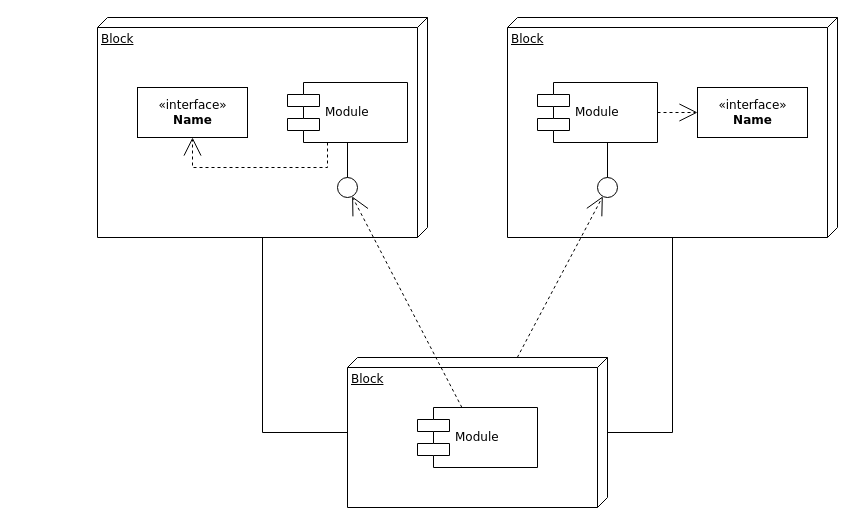
Earlier version of the draw.io diagram Diagramas/DiagramaComponentesMich.drawio (JorgeADnro/Torres). Source tidied: cells renumbered, new cells numbered last; positions are measured from the earlier drawing's top-left corner, leaving out a move shared by most shapes. Both pictures are drawn from the tidied source at 100%, with x=0, y=0 at pixel (97, 17).
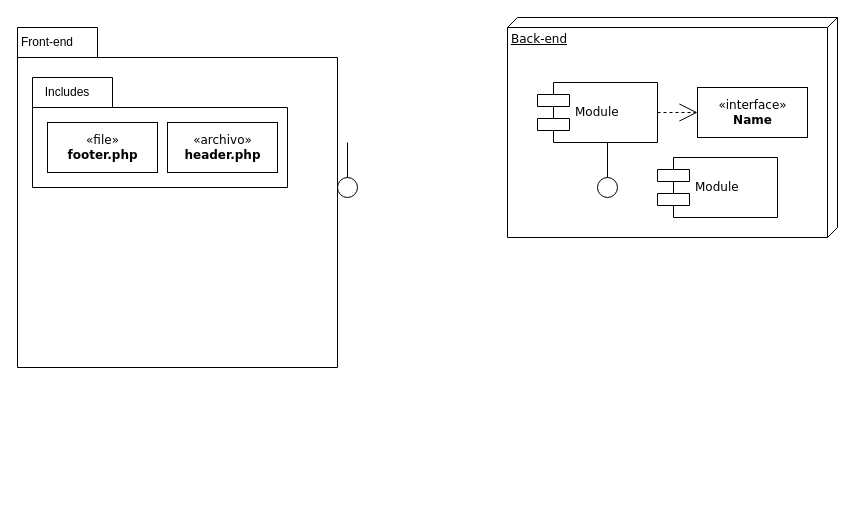
Above is the later version.

The change refers to these unchanged cells:
```xml
<mxCell id="7" style="ellipse;whiteSpace=wrap;html=1;rounded=0;shadow=0;comic=0;labelBackgroundColor=none;strokeWidth=1;fontFamily=Verdana;fontSize=12;align=center;" parent="1" vertex="1">
  <mxGeometry x="240" y="160" width="20" height="20" as="geometry" />
</mxCell>
<mxCell id="10" style="ellipse;whiteSpace=wrap;html=1;rounded=0;shadow=0;comic=0;labelBackgroundColor=none;strokeWidth=1;fontFamily=Verdana;fontSize=12;align=center;" parent="1" vertex="1">
  <mxGeometry x="500" y="160" width="20" height="20" as="geometry" />
</mxCell>
```

What changed in the source:
```diff
@@
-    <mxCell id="2" value="Block" style="verticalAlign=top;align=left;spacingTop=8;spacingLeft=2;spacingRight=12;shape=cube;size=10;direction=south;fontStyle=4;html=1;rounded=0;shadow=0;comic=0;labelBackgroundColor=none;strokeWidth=1;fontFamily=Verdana;fontSize=12;" parent="1" vertex="1">
-      <mxGeometry width="330" height="220" as="geometry" />
-    </mxCell>
-    <mxCell id="3" value="Block" style="verticalAlign=top;align=left;spacingTop=8;spacingLeft=2;spacingRight=12;shape=cube;size=10;direction=south;fontStyle=4;html=1;rounded=0;shadow=0;comic=0;labelBackgroundColor=none;strokeWidth=1;fontFamily=Verdana;fontSize=12;" parent="1" vertex="1">
+    <mxCell id="3" value="Back-end" style="verticalAlign=top;align=left;spacingTop=8;spacingLeft=2;spacingRight=12;shape=cube;size=10;direction=south;fontStyle=4;html=1;rounded=0;shadow=0;comic=0;labelBackgroundColor=none;strokeWidth=1;fontFamily=Verdana;fontSize=12;" parent="1" vertex="1">
       <mxGeometry x="410" width="330" height="220" as="geometry" />
     </mxCell>
-    <mxCell id="4" value="Block" style="verticalAlign=top;align=left;spacingTop=8;spacingLeft=2;spacingRight=12;shape=cube;size=10;direction=south;fontStyle=4;html=1;rounded=0;shadow=0;comic=0;labelBackgroundColor=none;strokeWidth=1;fontFamily=Verdana;fontSize=12;" parent="1" vertex="1">
-      <mxGeometry x="250" y="340" width="260" height="150" as="geometry" />
-    </mxCell>
-    <mxCell id="5" value="&amp;laquo;interface&amp;raquo;&lt;br&gt;&lt;b&gt;Name&lt;/b&gt;" style="html=1;rounded=0;shadow=0;comic=0;labelBackgroundColor=none;strokeWidth=1;fontFamily=Verdana;fontSize=12;align=center;" parent="1" vertex="1">
-      <mxGeometry x="40" y="70" width="110" height="50" as="geometry" />
-    </mxCell>
-    <mxCell id="6" value="Module" style="shape=component;align=left;spacingLeft=36;rounded=0;shadow=0;comic=0;labelBackgroundColor=none;strokeWidth=1;fontFamily=Verdana;fontSize=12;html=1;" parent="1" vertex="1">
-      <mxGeometry x="190" y="65" width="120" height="60" as="geometry" />
-    </mxCell>
@@
     <mxCell id="11" value="Module" style="shape=component;align=left;spacingLeft=36;rounded=0;shadow=0;comic=0;labelBackgroundColor=none;strokeWidth=1;fontFamily=Verdana;fontSize=12;html=1;" parent="1" vertex="1">
-      <mxGeometry x="320" y="390" width="120" height="60" as="geometry" />
+      <mxGeometry x="560" y="140" width="120" height="60" as="geometry" />
     </mxCell>
-    <mxCell id="12" style="edgeStyle=none;rounded=0;html=1;dashed=1;labelBackgroundColor=none;startArrow=none;startFill=0;startSize=8;endArrow=open;endFill=0;endSize=16;fontFamily=Verdana;fontSize=12;" parent="1" edge="1" source="11" target="7">
-      <mxGeometry relative="1" as="geometry" />
-    </mxCell>
-    <mxCell id="13" style="edgeStyle=none;rounded=0;html=1;dashed=1;labelBackgroundColor=none;startArrow=none;startFill=0;startSize=8;endArrow=open;endFill=0;endSize=16;fontFamily=Verdana;fontSize=12;" parent="1" edge="1" source="4" target="10">
-      <mxGeometry relative="1" as="geometry" />
-    </mxCell>
@@
-    <mxCell id="15" style="edgeStyle=elbowEdgeStyle;rounded=0;html=1;labelBackgroundColor=none;startArrow=none;startFill=0;startSize=8;endArrow=none;endFill=0;endSize=16;fontFamily=Verdana;fontSize=12;" parent="1" edge="1" source="7" target="6">
-      <mxGeometry relative="1" as="geometry" />
+    <mxCell id="15" style="edgeStyle=elbowEdgeStyle;rounded=0;html=1;labelBackgroundColor=none;startArrow=none;startFill=0;startSize=8;endArrow=none;endFill=0;endSize=16;fontFamily=Verdana;fontSize=12;" parent="1" edge="1" source="7">
+      <mxGeometry relative="1" as="geometry">
+        <mxPoint x="250" y="125" as="targetPoint" />
+      </mxGeometry>
     </mxCell>
-    <mxCell id="16" style="edgeStyle=orthogonalEdgeStyle;rounded=0;html=1;labelBackgroundColor=none;startArrow=none;startFill=0;startSize=8;endArrow=open;endFill=0;endSize=16;fontFamily=Verdana;fontSize=12;dashed=1;" parent="1" edge="1" source="6" target="5">
-      <mxGeometry relative="1" as="geometry">
-        <Array as="points">
-          <mxPoint x="230" y="150" />
-          <mxPoint x="95" y="150" />
-        </Array>
-      </mxGeometry>
-    </mxCell>
@@
-    <mxCell id="18" style="edgeStyle=orthogonalEdgeStyle;rounded=0;html=1;labelBackgroundColor=none;startArrow=none;startFill=0;startSize=8;endArrow=none;endFill=0;endSize=16;fontFamily=Verdana;fontSize=12;" parent="1" edge="1" source="4" target="3">
-      <mxGeometry relative="1" as="geometry">
-        <Array as="points">
-          <mxPoint x="575" y="415" />
-        </Array>
-      </mxGeometry>
-    </mxCell>
-    <mxCell id="19" style="edgeStyle=orthogonalEdgeStyle;rounded=0;html=1;labelBackgroundColor=none;startArrow=none;startFill=0;startSize=8;endArrow=none;endFill=0;endSize=16;fontFamily=Verdana;fontSize=12;" parent="1" edge="1" source="4" target="2">
-      <mxGeometry relative="1" as="geometry">
-        <Array as="points">
-          <mxPoint x="165" y="415" />
-        </Array>
-      </mxGeometry>
-    </mxCell>
+    <mxCell id="20" style="shape=folder;fontStyle=1;tabWidth=80;tabHeight=30;tabPosition=left;html=1;boundedLbl=1;whiteSpace=wrap;" parent="1" vertex="1">
+      <mxGeometry x="-80" y="10" width="320" height="340" as="geometry" />
+    </mxCell>
+    <mxCell id="21" style="shape=folder;fontStyle=1;tabWidth=80;tabHeight=30;tabPosition=left;html=1;boundedLbl=1;whiteSpace=wrap;" parent="1" vertex="1">
+      <mxGeometry x="-65" y="60" width="255" height="110" as="geometry" />
+    </mxCell>
+    <mxCell id="22" value="Front-end" style="text;html=1;strokeColor=none;fillColor=none;align=center;verticalAlign=middle;whiteSpace=wrap;rounded=0;" parent="1" vertex="1">
+      <mxGeometry x="-80" y="10" width="60" height="30" as="geometry" />
+    </mxCell>
+    <mxCell id="23" value="«file» &lt;br&gt;&lt;b&gt;footer.php&lt;/b&gt;" style="html=1;rounded=0;shadow=0;comic=0;labelBackgroundColor=none;strokeWidth=1;fontFamily=Verdana;fontSize=12;align=center;" parent="1" vertex="1">
+      <mxGeometry x="-50" y="105" width="110" height="50" as="geometry" />
+    </mxCell>
+    <mxCell id="24" value="«archivo» &lt;br&gt;&lt;b&gt;header.php&lt;/b&gt;" style="html=1;rounded=0;shadow=0;comic=0;labelBackgroundColor=none;strokeWidth=1;fontFamily=Verdana;fontSize=12;align=center;" parent="1" vertex="1">
+      <mxGeometry x="70" y="105" width="110" height="50" as="geometry" />
+    </mxCell>
+    <mxCell id="25" value="Includes" style="text;html=1;strokeColor=none;fillColor=none;align=center;verticalAlign=middle;whiteSpace=wrap;rounded=0;" parent="1" vertex="1">
+      <mxGeometry x="-60" y="60" width="60" height="30" as="geometry" />
+    </mxCell>
```
